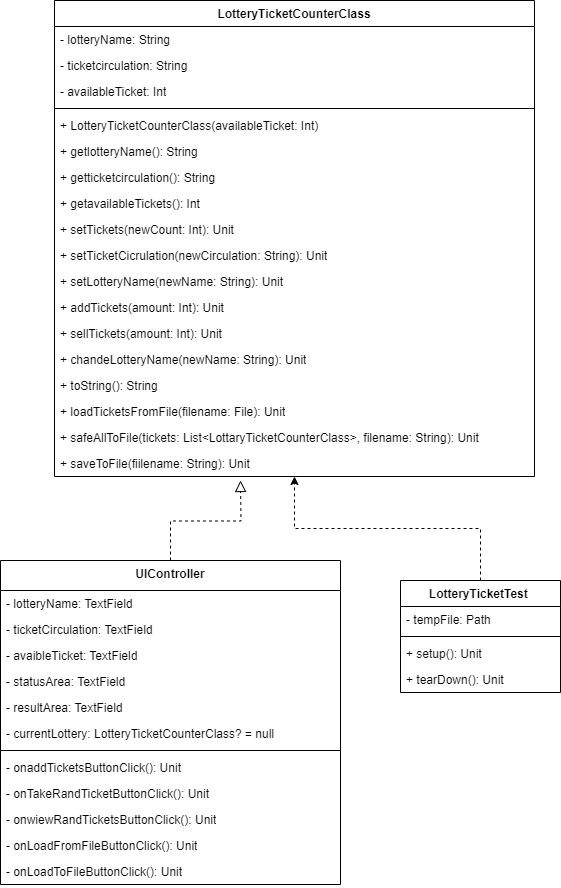
Above: ООП-II (Kotlin)/LotteryTicketCounterApp/UMLLotteryTicketCounterClass.png in zcx-byte/OOP (draw.io), before the change. Source tidied: cells renumbered, new cells last; positions are measured from the earlier drawing's top-left corner, leaving out a move shared by most shapes.
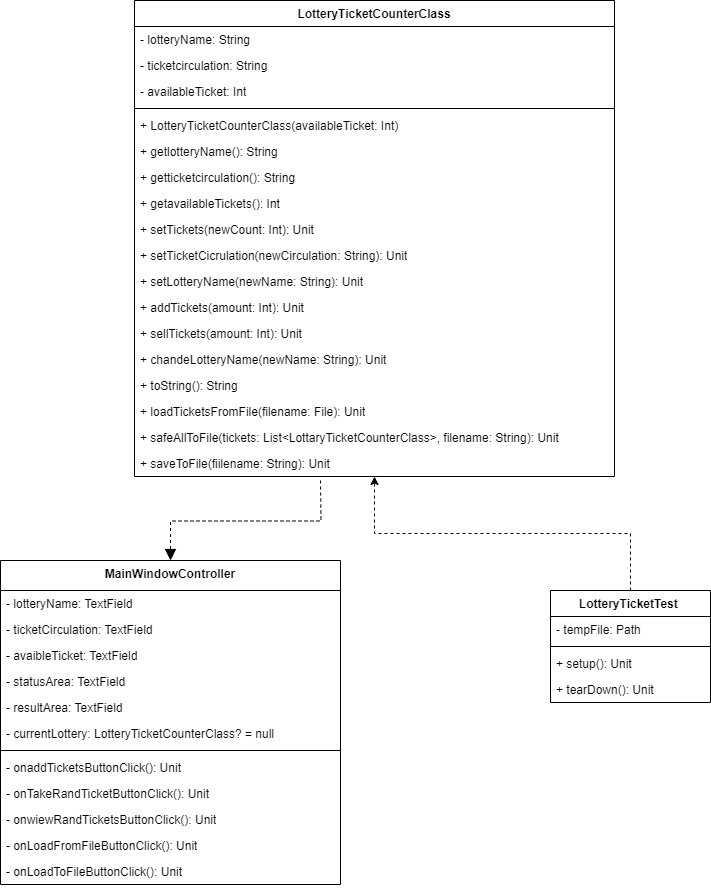
The same diagram one commit later.

What changed in the source:
```diff
@@ -2,6 +2,11 @@
   <root>
     <mxCell id="0" />
     <mxCell id="1" parent="0" />
+    <mxCell id="21" style="edgeStyle=orthogonalEdgeStyle;rounded=0;jettySize=auto;html=1;exitX=0.5;exitY=0;exitDx=0;exitDy=0;startArrow=none;startFill=0;startSize=10;endSize=9;dashed=1;endArrow=block;endFill=1;entryX=0.5;entryY=0;entryDx=0;entryDy=0;" parent="1" edge="1" target="22">
+      <mxGeometry relative="1" as="geometry">
+        <mxPoint x="240" y="480" as="sourcePoint" />
+      </mxGeometry>
+    </mxCell>
     <mxCell id="2" value="LotteryTicketCounterClass" style="swimlane;fontStyle=1;align=center;verticalAlign=top;horizontal=1;startSize=26;whiteSpace=wrap;html=1;" parent="1" vertex="1">
       <mxGeometry x="54" width="480" height="476" as="geometry" />
     </mxCell>
@@ -59,13 +64,8 @@
     <mxCell id="20" value="+ saveToFile(fiilename: String): Unit" style="text;strokeColor=none;fillColor=none;align=left;verticalAlign=top;spacingLeft=4;spacingRight=4;overflow=hidden;whiteSpace=wrap;html=1;" parent="2" vertex="1">
       <mxGeometry y="450" width="480" height="26" as="geometry" />
     </mxCell>
-    <mxCell id="21" style="edgeStyle=orthogonalEdgeStyle;rounded=0;jettySize=auto;html=1;exitX=0.5;exitY=0;exitDx=0;exitDy=0;startArrow=none;startFill=0;startSize=10;endSize=9;dashed=1;endArrow=block;endFill=0;" parent="1" edge="1" source="22">
-      <mxGeometry relative="1" as="geometry">
-        <mxPoint x="240" y="480" as="targetPoint" />
-      </mxGeometry>
-    </mxCell>
-    <mxCell id="22" value="UIController" style="swimlane;fontStyle=1;align=center;verticalAlign=top;horizontal=1;startSize=30;whiteSpace=wrap;html=1;" parent="1" vertex="1">
-      <mxGeometry y="560" width="340" height="324" as="geometry" />
+    <mxCell id="22" value="MainWindowController" style="swimlane;fontStyle=1;align=center;verticalAlign=top;horizontal=1;startSize=30;whiteSpace=wrap;html=1;" parent="1" vertex="1">
+      <mxGeometry x="-80" y="560" width="340" height="324" as="geometry" />
     </mxCell>
     <mxCell id="23" value="- lotteryName: TextField" style="text;strokeColor=none;fillColor=none;align=left;verticalAlign=top;spacingLeft=4;spacingRight=4;overflow=hidden;whiteSpace=wrap;html=1;" parent="22" vertex="1">
       <mxGeometry y="30" width="340" height="26" as="geometry" />
@@ -107,7 +107,7 @@
       <mxGeometry relative="1" as="geometry" />
     </mxCell>
     <mxCell id="36" value="LotteryTicketTest&amp;nbsp;" style="swimlane;fontStyle=1;align=center;verticalAlign=top;horizontal=1;startSize=26;whiteSpace=wrap;html=1;" parent="1" vertex="1">
-      <mxGeometry x="400" y="580" width="160" height="112" as="geometry" />
+      <mxGeometry x="470" y="590" width="160" height="112" as="geometry" />
     </mxCell>
     <mxCell id="37" value="-&amp;nbsp;tempFile: Path" style="text;strokeColor=none;fillColor=none;align=left;verticalAlign=top;spacingLeft=4;spacingRight=4;overflow=hidden;whiteSpace=wrap;html=1;" parent="36" vertex="1">
       <mxGeometry y="26" width="160" height="26" as="geometry" />
```
